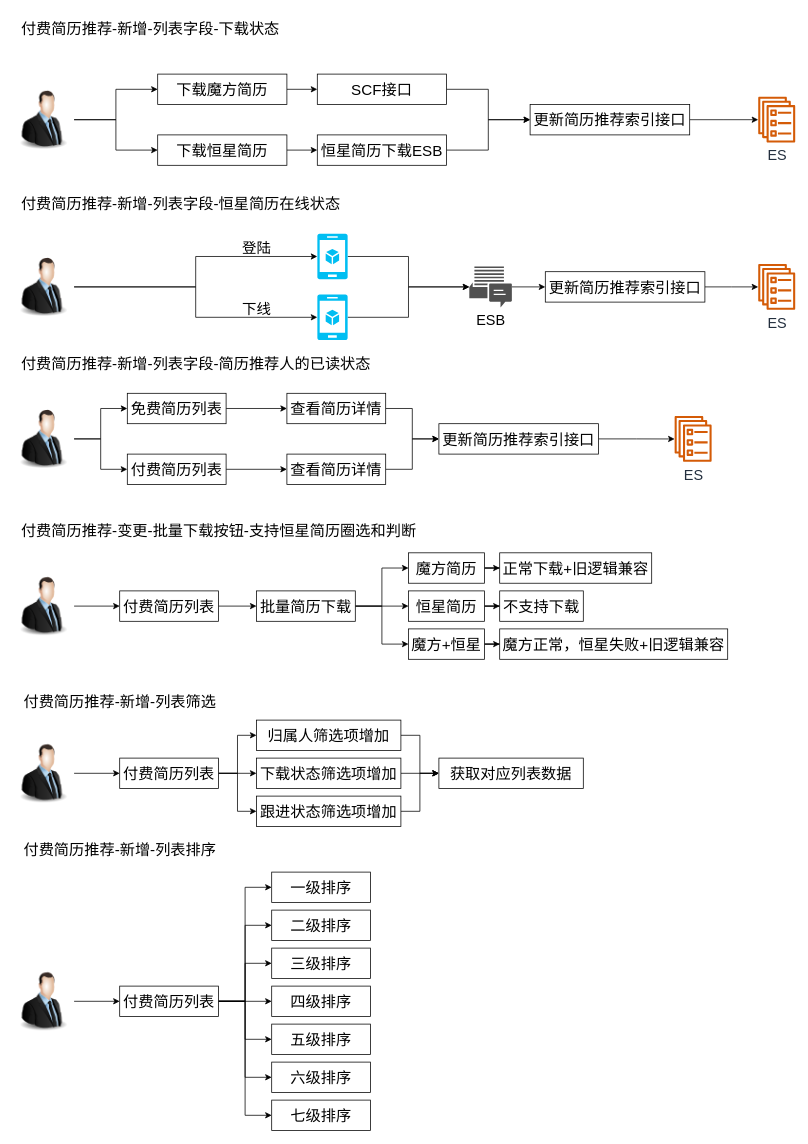
Above: 邀约管理优化3.0.drawio in LuOyEbY/draw-b (draw.io), before the change. Source tidied: cells renumbered, new cells numbered last; positions are measured from the earlier drawing's top-left corner, leaving out a move shared by most shapes. Both pictures are drawn from the tidied source at 76%, with x=0, y=0 at pixel (13, 13).
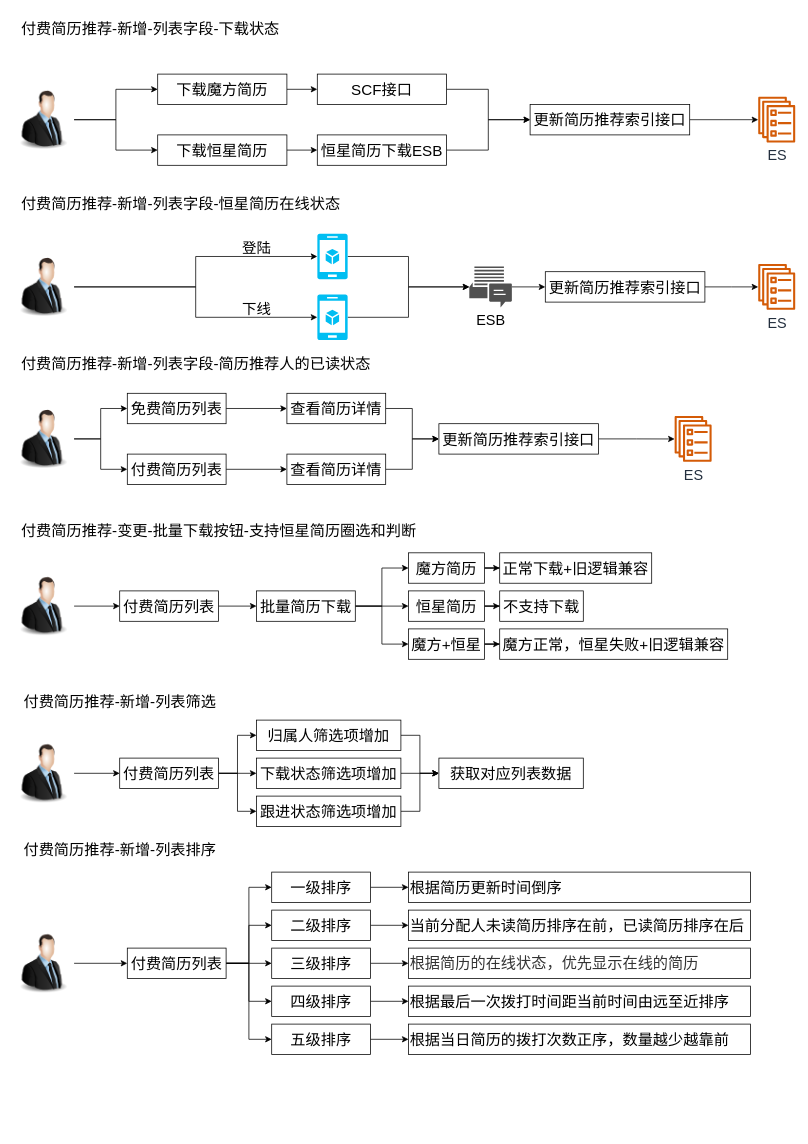
After the change.

Commit message (it also covers changes not shown here):
更新邀约管理优化3.0.drawio

The change refers to these unchanged cells:
```xml
<mxCell id="90" value="一级排序" style="rounded=0;whiteSpace=wrap;html=1;fontSize=20;" parent="1" vertex="1">
  <mxGeometry x="340" y="1130" width="130" height="40" as="geometry" />
</mxCell>
<mxCell id="91" value="二级排序" style="rounded=0;whiteSpace=wrap;html=1;fontSize=20;" parent="1" vertex="1">
  <mxGeometry x="340" y="1180" width="130" height="40" as="geometry" />
</mxCell>
<mxCell id="92" value="三级排序" style="rounded=0;whiteSpace=wrap;html=1;fontSize=20;" parent="1" vertex="1">
  <mxGeometry x="340" y="1230" width="130" height="40" as="geometry" />
</mxCell>
<mxCell id="93" value="四级排序" style="rounded=0;whiteSpace=wrap;html=1;fontSize=20;" parent="1" vertex="1">
  <mxGeometry x="340" y="1280" width="130" height="40" as="geometry" />
</mxCell>
<mxCell id="94" value="五级排序" style="rounded=0;whiteSpace=wrap;html=1;fontSize=20;" parent="1" vertex="1">
  <mxGeometry x="340" y="1330" width="130" height="40" as="geometry" />
</mxCell>
```

What changed in the source:
```diff
@@
     <mxCell id="81" style="image;html=1;image=img/lib/clip_art/people/Suit_Man_128x128.png;fontSize=20;" parent="1" vertex="1">
-      <mxGeometry y="1260" width="80" height="80" as="geometry" />
+      <mxGeometry y="1210" width="80" height="80" as="geometry" />
     </mxCell>
@@
-    <mxCell id="87" style="edgeStyle=orthogonalEdgeStyle;rounded=0;jettySize=auto;html=1;entryX=0;entryY=0.5;entryDx=0;entryDy=0;fontSize=20;" parent="1" edge="1" source="89" target="96">
-      <mxGeometry relative="1" as="geometry" />
-    </mxCell>
-    <mxCell id="88" style="edgeStyle=orthogonalEdgeStyle;rounded=0;jettySize=auto;html=1;entryX=0;entryY=0.5;entryDx=0;entryDy=0;fontSize=20;" parent="1" edge="1" source="89" target="95">
-      <mxGeometry relative="1" as="geometry" />
-    </mxCell>
     <mxCell id="89" value="付费简历列表" style="rounded=0;whiteSpace=wrap;html=1;fontSize=20;" parent="1" vertex="1">
-      <mxGeometry x="140" y="1280" width="130" height="40" as="geometry" />
+      <mxGeometry x="150" y="1230" width="130" height="40" as="geometry" />
     </mxCell>
+    <mxCell id="97" style="edgeStyle=orthogonalEdgeStyle;rounded=0;jettySize=auto;html=1;" parent="1" edge="1" source="90" target="102">
+      <mxGeometry relative="1" as="geometry" />
+    </mxCell>
@@
+    <mxCell id="98" style="edgeStyle=orthogonalEdgeStyle;rounded=0;jettySize=auto;html=1;" parent="1" edge="1" source="91" target="103">
+      <mxGeometry relative="1" as="geometry" />
+    </mxCell>
@@
+    <mxCell id="99" style="edgeStyle=orthogonalEdgeStyle;rounded=0;jettySize=auto;html=1;" parent="1" edge="1" source="92" target="106">
+      <mxGeometry relative="1" as="geometry" />
+    </mxCell>
@@
+    <mxCell id="100" style="edgeStyle=orthogonalEdgeStyle;rounded=0;jettySize=auto;html=1;entryX=0;entryY=0.5;entryDx=0;entryDy=0;" parent="1" edge="1" source="93" target="105">
+      <mxGeometry relative="1" as="geometry" />
+    </mxCell>
@@
+    <mxCell id="101" style="edgeStyle=orthogonalEdgeStyle;rounded=0;jettySize=auto;html=1;entryX=0;entryY=0.5;entryDx=0;entryDy=0;" parent="1" edge="1" source="94" target="104">
+      <mxGeometry relative="1" as="geometry" />
+    </mxCell>
@@
-    <mxCell id="95" value="七级排序" style="rounded=0;whiteSpace=wrap;html=1;fontSize=20;" parent="1" vertex="1">
-      <mxGeometry x="340" y="1430" width="130" height="40" as="geometry" />
-    </mxCell>
-    <mxCell id="96" value="六级排序" style="rounded=0;whiteSpace=wrap;html=1;fontSize=20;" parent="1" vertex="1">
-      <mxGeometry x="340" y="1380" width="130" height="40" as="geometry" />
-    </mxCell>
+    <mxCell id="102" value="根据简历更新时间倒序" style="rounded=0;whiteSpace=wrap;html=1;fontSize=20;align=left;" parent="1" vertex="1">
+      <mxGeometry x="520" y="1130" width="450" height="40" as="geometry" />
+    </mxCell>
+    <mxCell id="103" value="当前分配人未读简历排序在前，已读简历排序在后" style="rounded=0;whiteSpace=wrap;html=1;fontSize=20;align=left;" parent="1" vertex="1">
+      <mxGeometry x="520" y="1180" width="450" height="40" as="geometry" />
+    </mxCell>
+    <mxCell id="104" value="根据当日简历的拨打次数正序，数量越少越靠前" style="rounded=0;whiteSpace=wrap;html=1;fontSize=20;align=left;" parent="1" vertex="1">
+      <mxGeometry x="520" y="1330" width="450" height="40" as="geometry" />
+    </mxCell>
+    <mxCell id="105" value="根据最后一次拨打时间距当前时间由远至近排序" style="rounded=0;whiteSpace=wrap;html=1;fontSize=20;align=left;" parent="1" vertex="1">
+      <mxGeometry x="520" y="1280" width="450" height="40" as="geometry" />
+    </mxCell>
+    <mxCell id="106" value="&lt;div style=&quot;font-size: 20px;&quot;&gt;&lt;/div&gt;&lt;div style=&quot;font-size: 20px;&quot;&gt;&lt;div class=&quot;document&quot; style=&quot;font-size: 20px;&quot;&gt;&lt;div class=&quot;section&quot; style=&quot;font-size: 20px;&quot;&gt;&lt;p style=&quot;line-height: 1.3px; margin-top: 4px; margin-bottom: 4px; margin-left: 22.4px; text-indent: -16.8pt; font-size: 20px;&quot; class=&quot;paragraph text-align-type-left pap-line-1.3 pap-line-rule-auto pap-spacing-before-3pt pap-spacing-after-3pt pap-left-indent-16.8pt pap-hanging-indent-16.8pt&quot;&gt;&lt;span style=&quot;font-size: 20px; font-family: &amp;quot;Helvetica Neue&amp;quot;, Helvetica, &amp;quot;PingFang SC&amp;quot;, &amp;quot;Microsoft YaHei&amp;quot;, &amp;quot;Source Han Sans SC&amp;quot;, &amp;quot;Noto Sans CJK SC&amp;quot;, &amp;quot;WenQuanYi Micro Hei&amp;quot;, sans-serif; color: rgb(51, 51, 51); letter-spacing: 0pt; vertical-align: baseline;&quot;&gt;根据简历的在线状态，优先显示在线的简历&lt;/span&gt;&lt;/p&gt;&lt;/div&gt;&lt;/div&gt;&lt;/div&gt;" style="rounded=0;whiteSpace=wrap;html=1;fontSize=20;align=left;" parent="1" vertex="1">
+      <mxGeometry x="520" y="1230" width="450" height="40" as="geometry" />
+    </mxCell>
```
